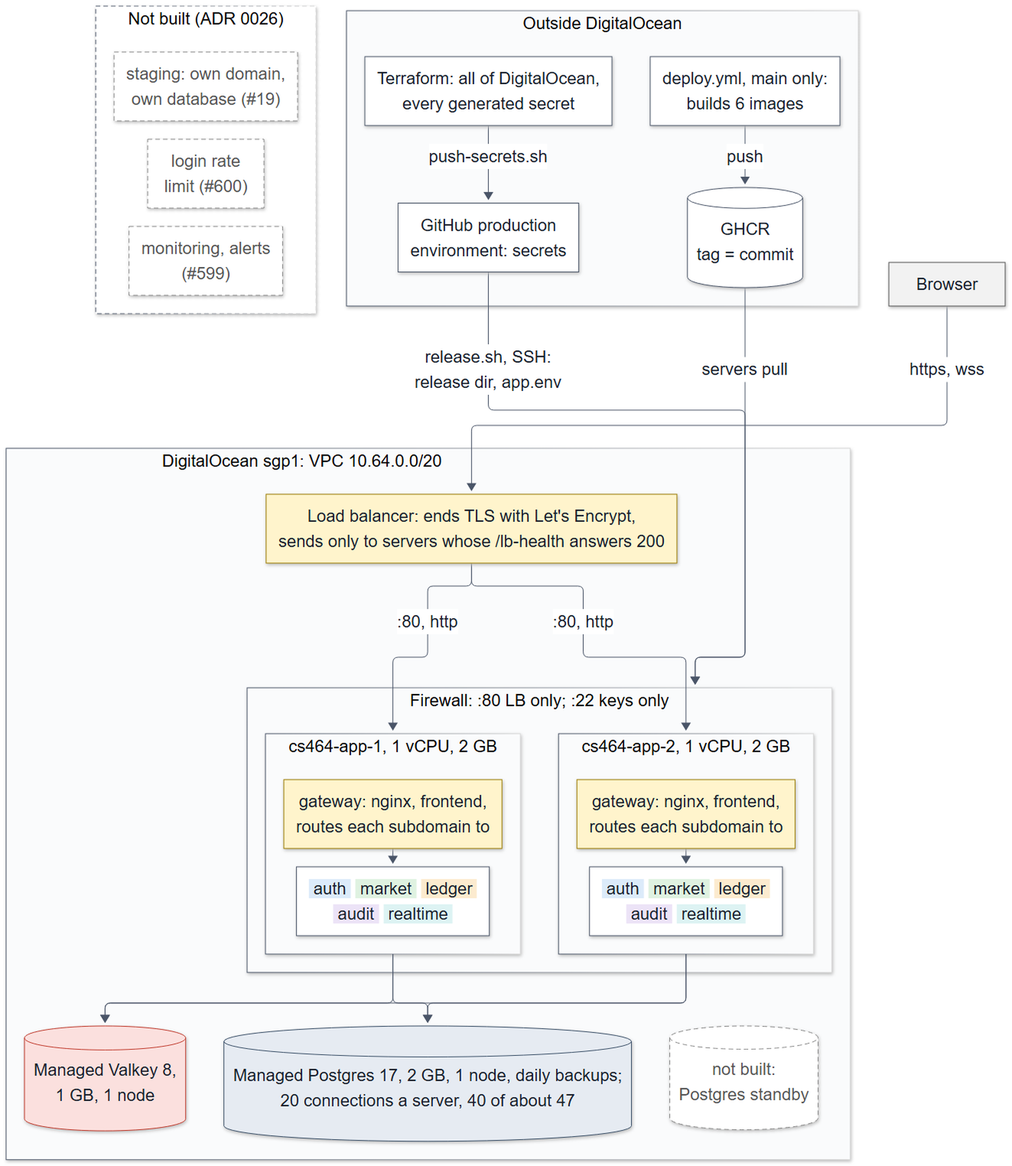
The Mermaid diagram docs/diagrams/rendered/02-cloud-deployment.png in decker757/CS464, before a commit. Its source is kept beside it as docs/diagrams/02-cloud-deployment.mmd.
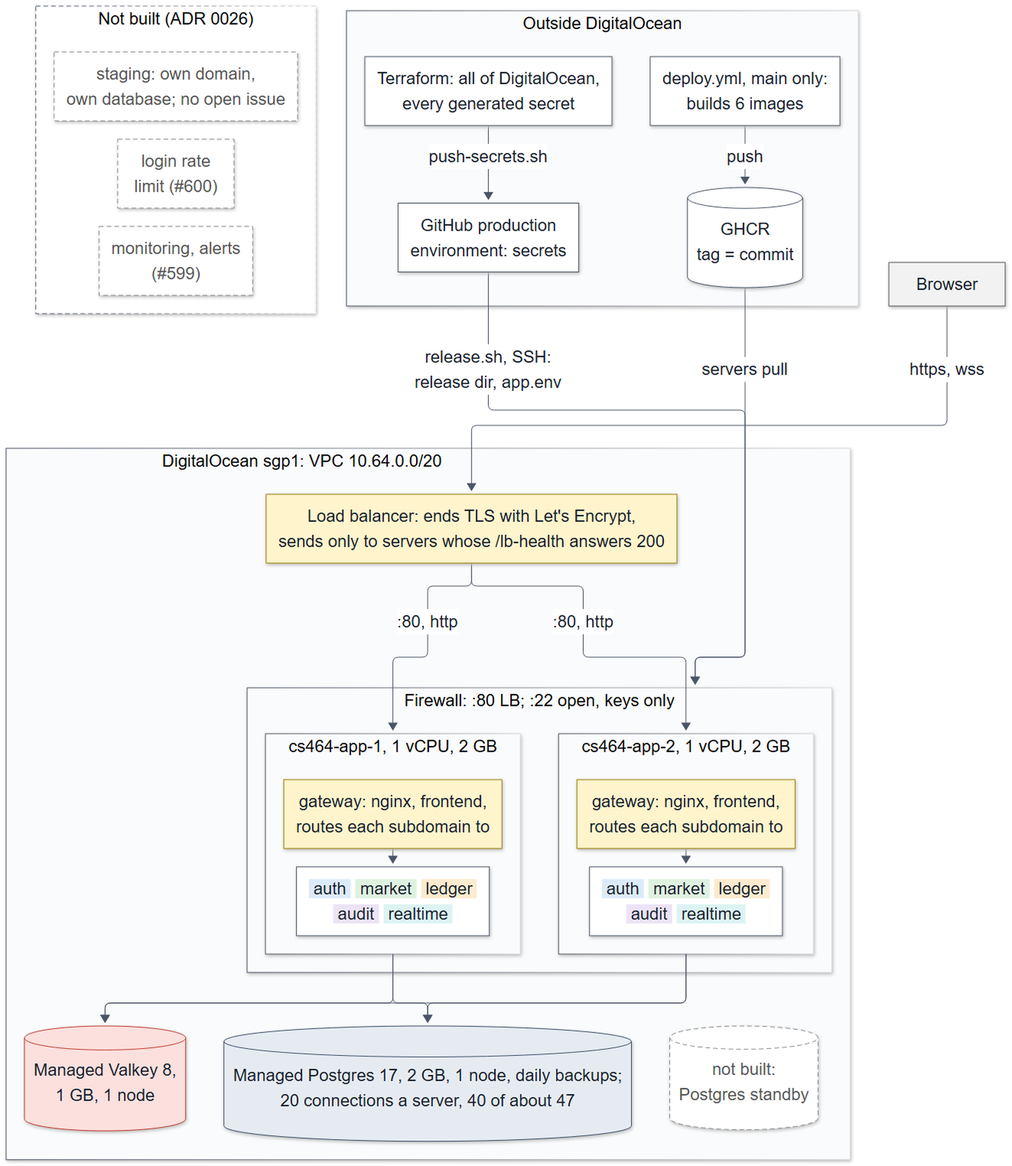
Above is the later version.

Diff of the diagram source:
```diff
@@ -12,7 +12,7 @@
     browser["Browser"]
 
     subgraph gaps["Not built (ADR 0026)"]
-        staging["staging: own domain,<br/>own database (#19)"]
+        staging["staging: own domain,<br/>own database; no open issue"]
         limit["login rate<br/>limit (#600)"]
         mon["monitoring, alerts<br/>(#599)"]
         staging ~~~ limit
@@ -22,7 +22,7 @@
     subgraph do["<span style='padding-right:330px'>DigitalOcean sgp1: VPC 10.64.0.0/20</span>"]
         lb["Load balancer: ends TLS with Let's Encrypt,<br/>sends only to servers whose /lb-health answers 200"]
 
-        subgraph fw["Firewall: :80 LB only; :22 keys only"]
+        subgraph fw["Firewall: :80 LB; :22 open, keys only"]
             subgraph s2["cs464-app-2, 1 vCPU, 2 GB"]
                 gw2["gateway: nginx, frontend,<br/>routes each subdomain to"]
                 svc2["<span style='background:#DCEBFA'>&nbsp;auth&nbsp;</span> <span style='background:#DFF2E1'>&nbsp;market&nbsp;</span> <span style='background:#FCEBCF'>&nbsp;ledger&nbsp;</span><br/><span style='background:#ECE3F7'>&nbsp;audit&nbsp;</span> <span style='background:#DDF3F3'>&nbsp;realtime&nbsp;</span>"]
```
